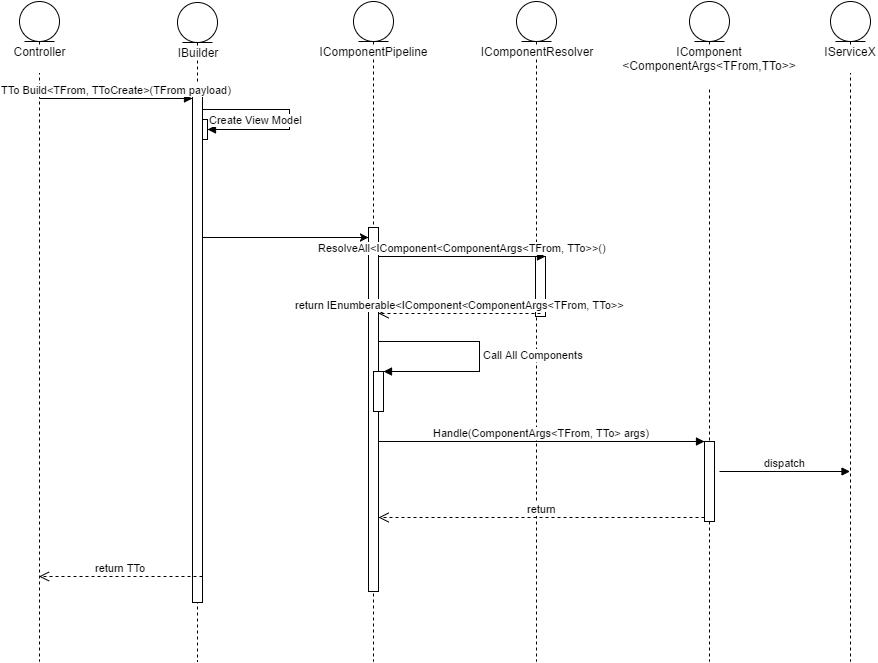
The draw.io diagram Sequence Diagram.png in paulkrwebs/BuildUp, before a commit. Source tidied: cells renumbered, new cells last; positions are measured from the earlier drawing's top-left corner, leaving out a move shared by most shapes.
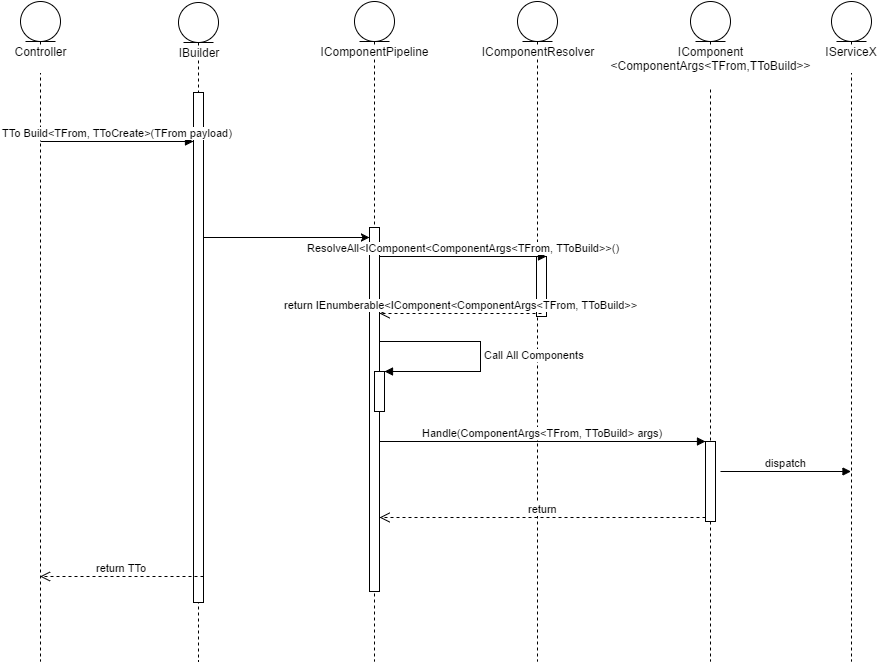
Above is the later version.

Diff of the diagram source:
```diff
@@ -11,9 +11,6 @@
     <mxCell id="4" style="html=1;perimeter=orthogonalPerimeter;" parent="3" vertex="1">
       <mxGeometry x="20" y="90" height="130" as="geometry" />
     </mxCell>
-    <mxCell id="5" style="html=1;points=[];perimeter=orthogonalPerimeter;" parent="3" vertex="1">
-      <mxGeometry x="20" y="117" width="10" height="20" as="geometry" />
-    </mxCell>
     <mxCell id="6" style="html=1;points=[];perimeter=orthogonalPerimeter;" parent="3" vertex="1">
       <mxGeometry x="15" y="90" width="10" height="510" as="geometry" />
     </mxCell>
@@ -23,7 +20,7 @@
     <mxCell id="8" style="html=1;points=[];perimeter=orthogonalPerimeter;" parent="7" vertex="1">
       <mxGeometry x="19" y="255" width="10" height="60" as="geometry" />
     </mxCell>
-    <mxCell id="9" value="&lt;div&gt;IComponent&lt;/div&gt;&lt;div&gt;&amp;lt;ComponentArgs&amp;lt;TFrom,TTo&amp;gt;&amp;gt;&lt;/div&gt;&lt;div&gt;&lt;br&gt;&lt;/div&gt;" style="shape=umlLifeline;participant=umlEntity;perimeter=lifelinePerimeter;whiteSpace=wrap;html=1;verticalAlign=top;spacingTop=36;labelBackgroundColor=#ffffff;" parent="1" vertex="1">
+    <mxCell id="9" value="&lt;div&gt;IComponent&lt;/div&gt;&lt;div&gt;&amp;lt;ComponentArgs&amp;lt;TFrom,TToBuild&amp;gt;&amp;gt;&lt;/div&gt;&lt;div&gt;&lt;br&gt;&lt;/div&gt;" style="shape=umlLifeline;participant=umlEntity;perimeter=lifelinePerimeter;whiteSpace=wrap;html=1;verticalAlign=top;spacingTop=36;labelBackgroundColor=#ffffff;" parent="1" vertex="1">
       <mxGeometry x="670" width="40" height="660" as="geometry" />
     </mxCell>
     <mxCell id="10" style="html=1;points=[];perimeter=orthogonalPerimeter;" parent="9" vertex="1">
@@ -38,9 +35,9 @@
       <mxGeometry x="811" width="40" height="660" as="geometry" />
     </mxCell>
     <mxCell id="13" value="TTo Build&amp;lt;&lt;span&gt;TFrom, TToCreate&lt;/span&gt;&lt;span&gt;&amp;gt;&lt;/span&gt;(&lt;span&gt;TFrom&lt;/span&gt;&amp;nbsp;payload)" style="html=1;verticalAlign=bottom;endArrow=block;" parent="1" edge="1">
-      <mxGeometry x="140" y="157" as="geometry">
-        <mxPoint x="20" y="97" as="sourcePoint" />
-        <mxPoint x="173" y="97" as="targetPoint" />
+      <mxGeometry x="140" y="200" as="geometry">
+        <mxPoint x="20" y="140" as="sourcePoint" />
+        <mxPoint x="173" y="140" as="targetPoint" />
       </mxGeometry>
     </mxCell>
     <mxCell id="14" value="return TTo" style="html=1;verticalAlign=bottom;endArrow=open;dashed=1;endSize=8;exitX=1;exitY=0.95;" parent="1" edge="1" source="6" target="2">
@@ -49,15 +46,6 @@
     <mxCell id="15" style="text;html=1;align=left;verticalAlign=top;spacingTop=-4;" parent="1" vertex="1">
       <mxGeometry x="461" y="503" width="50" height="40" as="geometry" />
     </mxCell>
-    <mxCell id="16" value="Create View Model" style="edgeStyle=orthogonalEdgeStyle;html=1;align=left;spacingLeft=2;endArrow=block;rounded=0;exitX=0.625;exitY=0.154;exitPerimeter=0;" parent="1" edge="1" target="5">
-      <mxGeometry x="303" y="168" as="geometry">
-        <mxPoint x="183" y="108" as="sourcePoint" />
-        <Array as="points">
-          <mxPoint x="270" y="108" />
-          <mxPoint x="270" y="128" />
-        </Array>
-      </mxGeometry>
-    </mxCell>
     <mxCell id="17" value="IComponentPipeline" style="shape=umlLifeline;participant=umlEntity;perimeter=lifelinePerimeter;whiteSpace=wrap;html=1;verticalAlign=top;spacingTop=36;labelBackgroundColor=#ffffff;" parent="1" vertex="1">
       <mxGeometry x="334" width="40" height="660" as="geometry" />
     </mxCell>
@@ -81,18 +69,18 @@
         <mxPoint x="349" y="236" as="targetPoint" />
       </mxGeometry>
     </mxCell>
-    <mxCell id="22" value="Handle(Component&lt;span&gt;Args&amp;lt;TFrom, TTo&amp;gt; args&lt;/span&gt;&lt;span style=&quot;line-height: 1.2&quot;&gt;)&lt;/span&gt;" style="html=1;verticalAlign=bottom;endArrow=block;entryX=0;entryY=0;" parent="1" edge="1" source="18" target="10">
+    <mxCell id="22" value="Handle(Component&lt;span&gt;Args&amp;lt;TFrom, TToBuild&amp;gt; args&lt;/span&gt;&lt;span style=&quot;line-height: 1.2&quot;&gt;)&lt;/span&gt;" style="html=1;verticalAlign=bottom;endArrow=block;entryX=0;entryY=0;" parent="1" edge="1" source="18" target="10">
       <mxGeometry x="479" y="500" as="geometry" />
     </mxCell>
     <mxCell id="23" value="return" style="html=1;verticalAlign=bottom;endArrow=open;dashed=1;endSize=8;exitX=0;exitY=0.95;" parent="1" edge="1" source="10" target="18">
       <mxGeometry x="479" y="576" as="geometry" />
     </mxCell>
-    <mxCell id="24" value="return IEnumberable&amp;lt;&lt;span&gt;IComponent&amp;lt;ComponentArgs&amp;lt;TFrom, TTo&amp;gt;&lt;/span&gt;&amp;gt;" style="html=1;verticalAlign=bottom;endArrow=open;dashed=1;endSize=8;" parent="1" edge="1" target="18">
+    <mxCell id="24" value="return IEnumberable&amp;lt;&lt;span&gt;IComponent&amp;lt;ComponentArgs&amp;lt;TFrom, TToBuild&amp;gt;&lt;/span&gt;&amp;gt;" style="html=1;verticalAlign=bottom;endArrow=open;dashed=1;endSize=8;" parent="1" edge="1" target="18">
       <mxGeometry x="479" y="372" as="geometry">
         <mxPoint x="521" y="312" as="sourcePoint" />
       </mxGeometry>
     </mxCell>
-    <mxCell id="25" value="&lt;span&gt;ResolveAll&lt;/span&gt;&amp;lt;IComponent&amp;lt;ComponentArgs&amp;lt;TFrom, TTo&amp;gt;&amp;gt;()" style="html=1;verticalAlign=bottom;endArrow=block;entryX=1;entryY=0;" parent="1" edge="1" source="18" target="8">
+    <mxCell id="25" value="&lt;span&gt;ResolveAll&lt;/span&gt;&amp;lt;IComponent&amp;lt;ComponentArgs&amp;lt;TFrom, TToBuild&amp;gt;&amp;gt;()" style="html=1;verticalAlign=bottom;endArrow=block;entryX=1;entryY=0;" parent="1" edge="1" source="18" target="8">
       <mxGeometry x="479" y="315" as="geometry" />
     </mxCell>
   </root>
```
